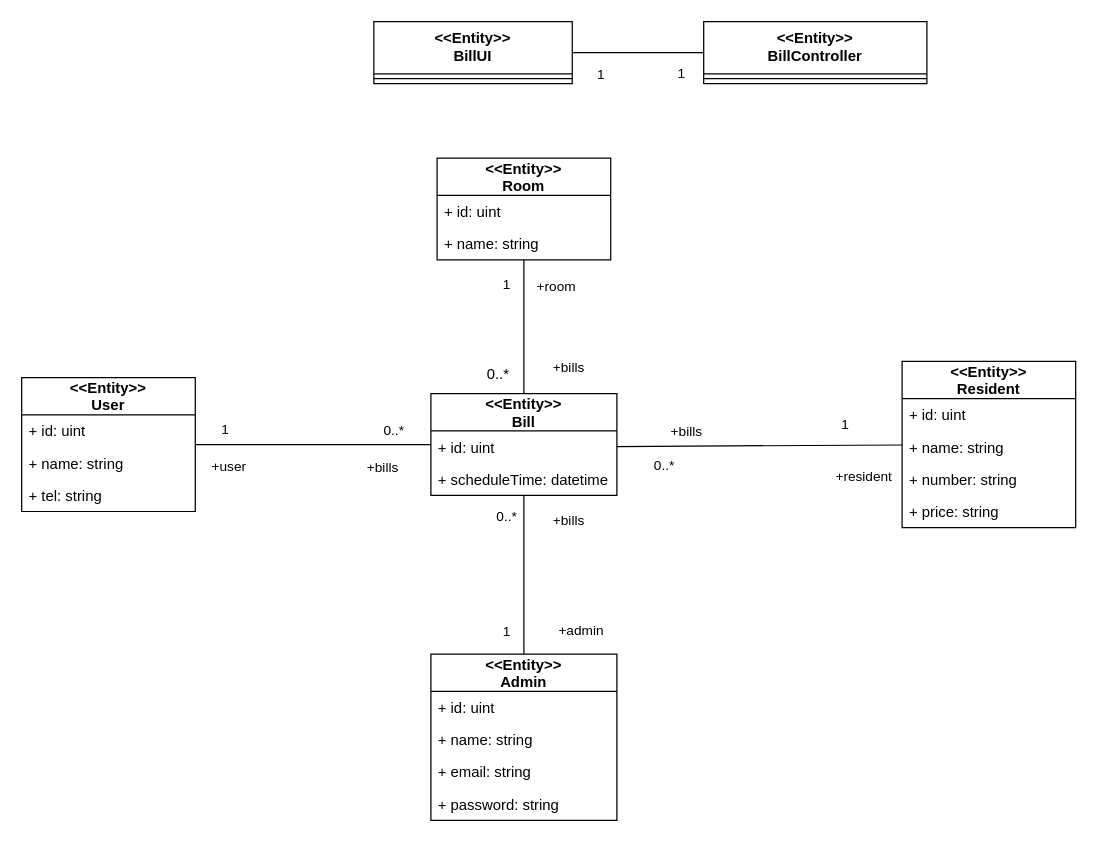
Before: page "Classbill" (9 of 12) of SE.drawio in nunpromporn/SE, a draw.io diagram. Source tidied: cells renumbered, new cells numbered last; positions are measured from the earlier drawing's top-left corner, leaving out a move shared by most shapes. Both pictures are drawn from the tidied source at 124%, with x=0, y=0 at pixel (21, 21).
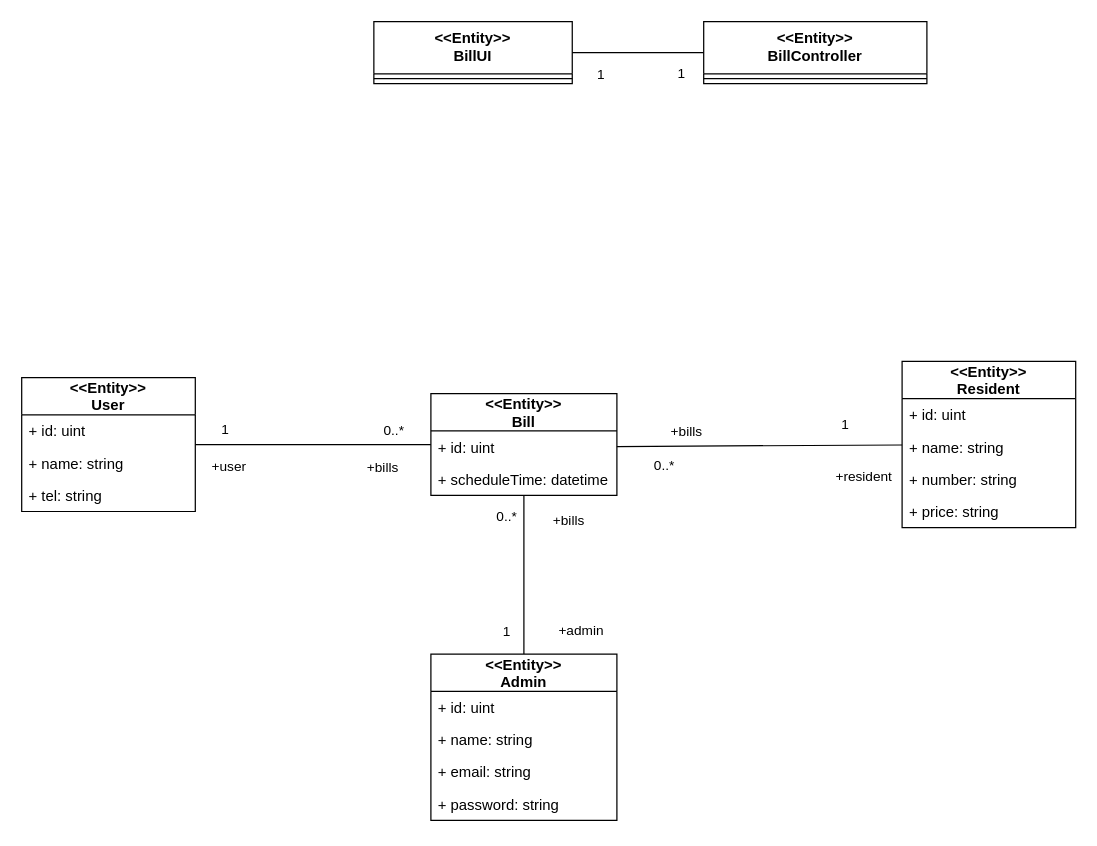
Above is the later version.

Unchanged cells that the change refers to:
```xml
<mxCell id="15" value="&lt;&lt;Entity&gt;&gt;&#10;Bill" style="swimlane;fontStyle=1;horizontal=1;startSize=30;fillColor=none;" parent="1" vertex="1">
  <mxGeometry x="330" y="300" width="150" height="82" as="geometry" />
</mxCell>
```

The edit, as a diff of the source:
```diff
@@
-    <mxCell id="41" value="&lt;&lt;Entity&gt;&gt;&#10;Room" style="swimlane;fontStyle=1;horizontal=1;startSize=30;fillColor=none;" parent="1" vertex="1">
-      <mxGeometry x="335" y="110" width="140" height="82" as="geometry" />
-    </mxCell>
-    <mxCell id="42" value="+ id: uint" style="text;strokeColor=none;fillColor=none;align=left;verticalAlign=top;spacingLeft=4;spacingRight=4;overflow=hidden;" parent="41" vertex="1">
-      <mxGeometry y="30" width="140" height="26" as="geometry" />
-    </mxCell>
-    <mxCell id="43" value="+ name: string" style="text;strokeColor=none;fillColor=none;align=left;verticalAlign=top;spacingLeft=4;spacingRight=4;overflow=hidden;points=[[0,0.5],[1,0.5]];portConstraint=eastwest;" parent="41" vertex="1">
-      <mxGeometry y="56" width="140" height="26" as="geometry" />
-    </mxCell>
-    <mxCell id="44" style="html=1;endArrow=none;elbow=vertical;rounded=1;exitX=0.5;exitY=0;exitDx=0;exitDy=0;" parent="1" edge="1" source="15" target="43">
-      <mxGeometry relative="1" as="geometry" />
-    </mxCell>
-    <mxCell id="45" value="+bills" style="edgeLabel;html=1;align=center;verticalAlign=middle;" parent="44" vertex="1">
-      <mxGeometry x="-0.86" relative="1" as="geometry">
-        <mxPoint x="35" y="-14" as="offset" />
-      </mxGeometry>
-    </mxCell>
-    <mxCell id="46" value="1" style="edgeLabel;html=1;align=center;verticalAlign=middle;" parent="44" vertex="1">
-      <mxGeometry x="0.64" y="-2" relative="1" as="geometry">
-        <mxPoint x="-17" as="offset" />
-      </mxGeometry>
-    </mxCell>
-    <mxCell id="47" value="+room" style="edgeLabel;html=1;align=center;verticalAlign=middle;" parent="44" vertex="1">
-      <mxGeometry x="0.62" y="1" relative="1" as="geometry">
-        <mxPoint x="26" as="offset" />
-      </mxGeometry>
-    </mxCell>
-    <mxCell id="48" value="0..*" style="text;html=1;align=center;verticalAlign=middle;strokeColor=none;fillColor=none;" parent="1" vertex="1">
-      <mxGeometry x="364" y="270" width="40" height="30" as="geometry" />
-    </mxCell>
```
